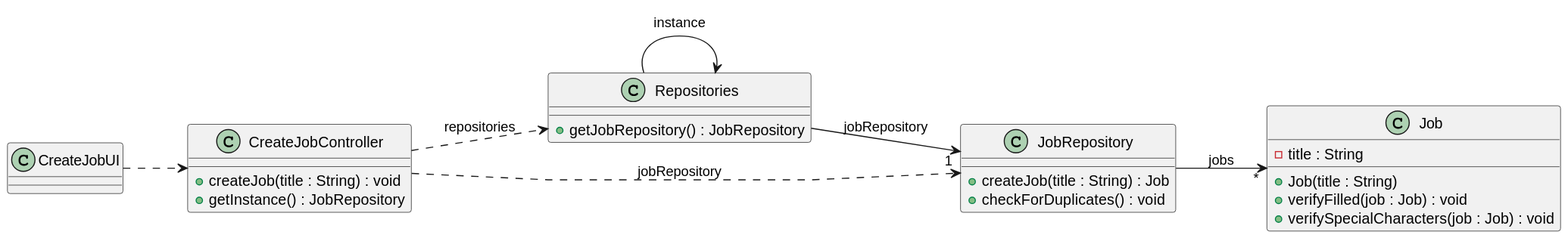
Before: docs/sprintB/us002/03.design/svg/us002-class-diagram.svg, a diagram exported from PlantUML (ricardomm7/leaflink). The source it was exported from:
```plantuml
@startuml
skinparam packageStyle rectangle
skinparam shadowing false
skinparam linetype polyline

left to right direction

class CreateJobUI {
}

class CreateJobController {
    +createJob(title : String) : void
    +getInstance() : JobRepository
}

class Repositories {
    +getJobRepository() : JobRepository
}

class JobRepository {
    +createJob(title : String) : Job
    +checkForDuplicates() : void
}

class Job {
    - title : String
    + Job(title : String)
    +verifyFilled(job : Job) : void
    +verifySpecialCharacters(job : Job) : void
}

CreateJobUI ..> CreateJobController
Repositories --> "1" JobRepository : jobRepository
Repositories --> Repositories : instance
JobRepository --> "*" Job : jobs
CreateJobController ..> Repositories : repositories
CreateJobController ..> JobRepository : jobRepository
@enduml
```
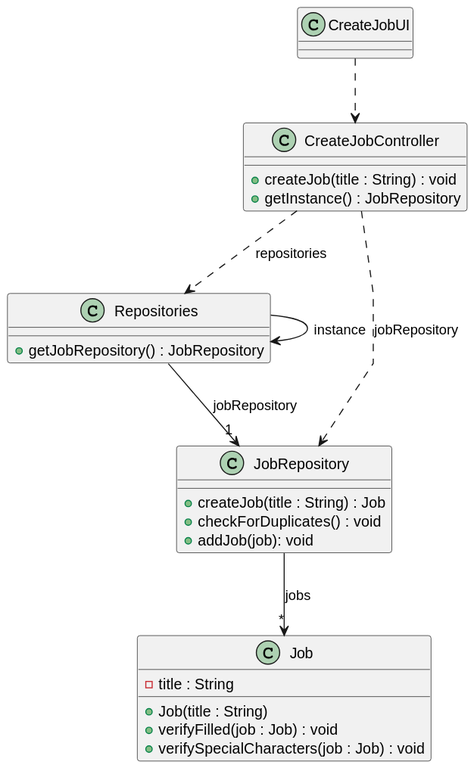
The same diagram one commit later.

Change to the diagram source:
```diff
@@ -3,7 +3,6 @@
 skinparam shadowing false
 skinparam linetype polyline
 
-left to right direction
 
 class CreateJobUI {
 }
@@ -20,6 +19,7 @@
 class JobRepository {
     +createJob(title : String) : Job
     +checkForDuplicates() : void
+    +addJob(job): void
 }
 
 class Job {
```
